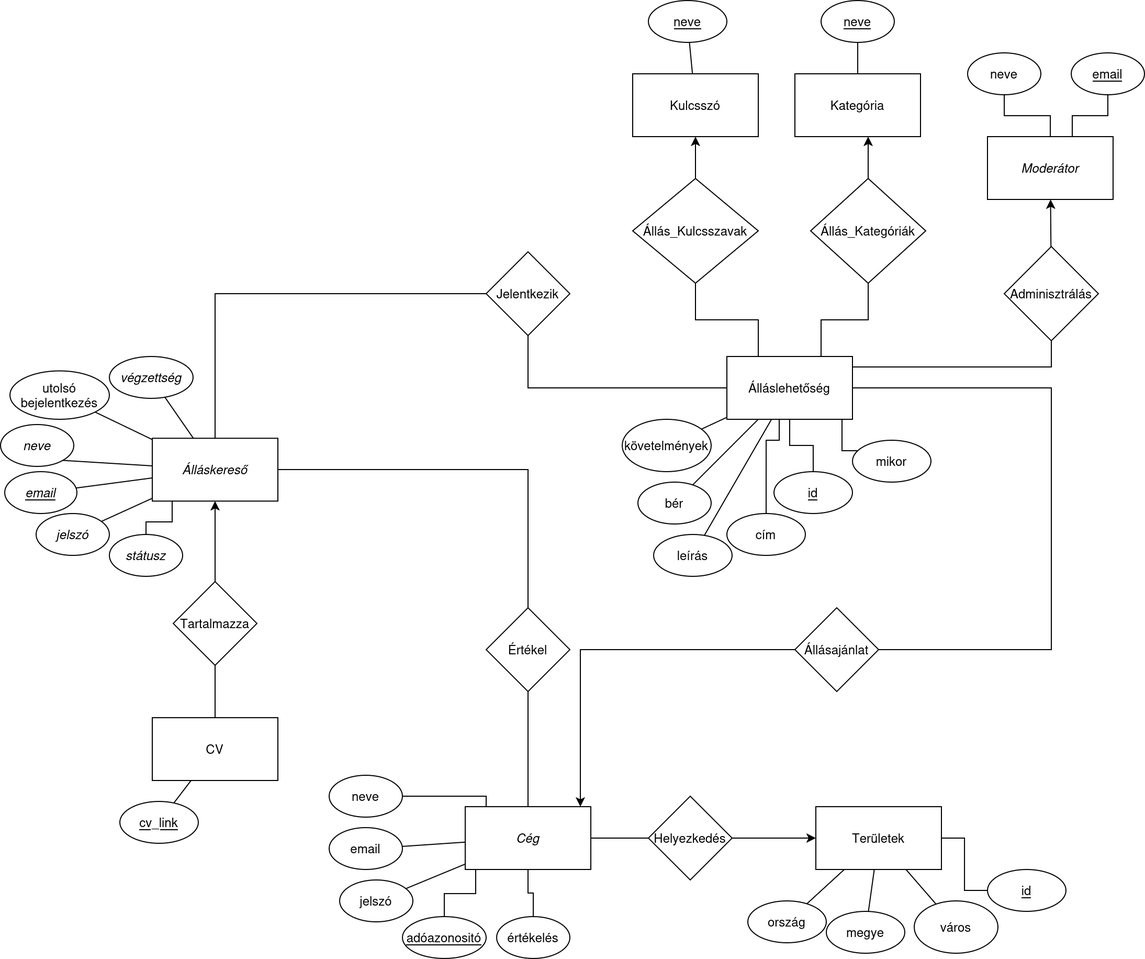
The draw.io diagram doc/media/ek_diagramm.drawio.png in DavidUnderline/adatbazis-alapu-rendszerek, before a commit. Source tidied: cells renumbered, new cells last; positions are measured from the earlier drawing's top-left corner, leaving out a move shared by most shapes.
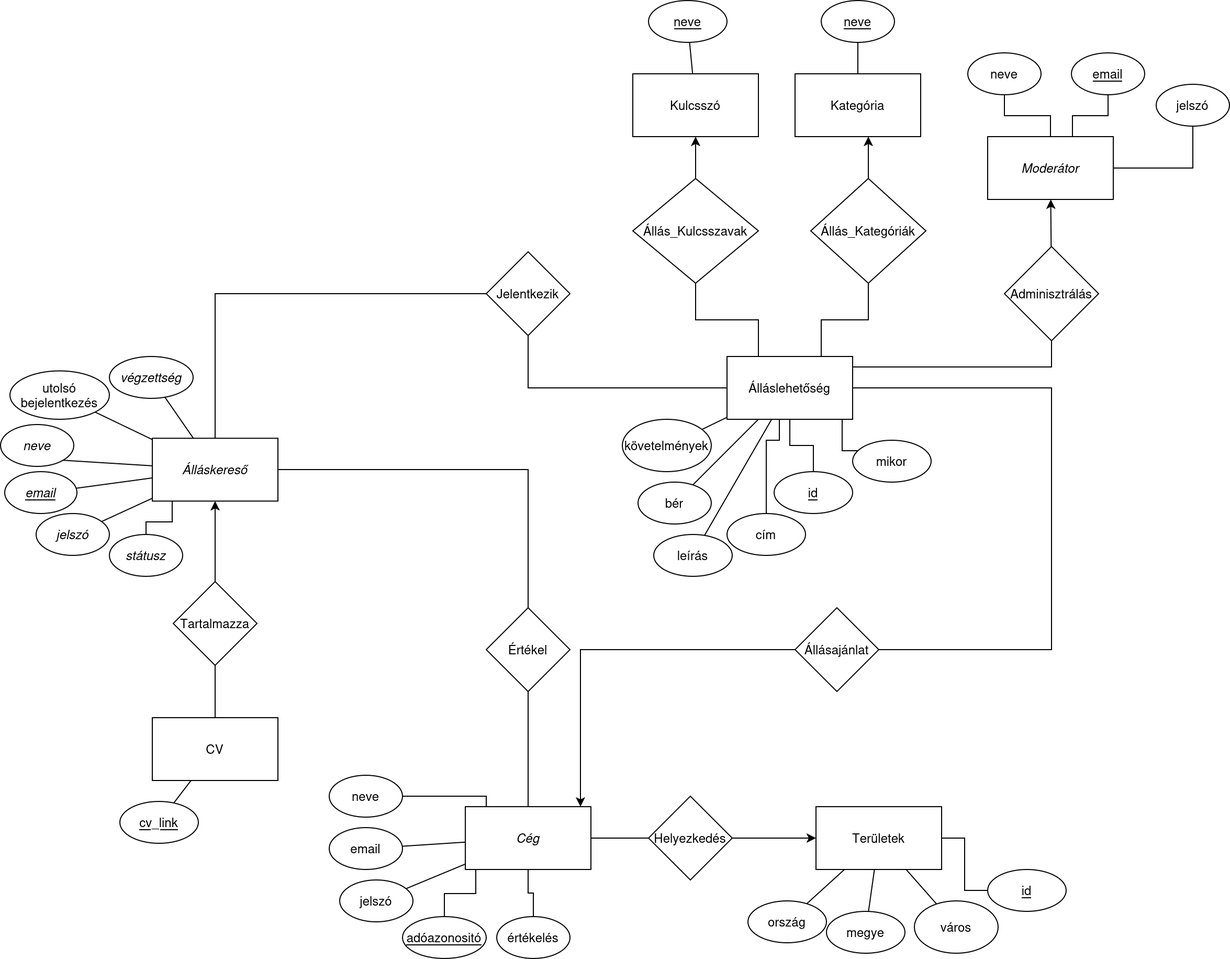
After the commit.

The edit, as a diff of the source:
```diff
@@ -318,5 +318,15 @@
     <mxCell id="85" value="mikor" style="ellipse;whiteSpace=wrap;html=1;fontStyle=0;" parent="1" vertex="1">
       <mxGeometry x="814" y="420" width="75" height="40" as="geometry" />
     </mxCell>
+    <mxCell id="86" style="edgeStyle=orthogonalEdgeStyle;rounded=0;jettySize=auto;html=1;endArrow=none;endFill=0;" parent="1" edge="1" source="87" target="15">
+      <mxGeometry relative="1" as="geometry">
+        <Array as="points">
+          <mxPoint x="1139" y="160" />
+        </Array>
+      </mxGeometry>
+    </mxCell>
+    <mxCell id="87" value="jelszó" style="ellipse;whiteSpace=wrap;html=1;shadow=0;sketch=0;strokeColor=default;fontColor=#000000;fillColor=default;" parent="1" vertex="1">
+      <mxGeometry x="1104" y="80" width="70" height="40" as="geometry" />
+    </mxCell>
   </root>
 </mxGraphModel>
```
